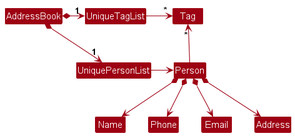
Earlier version of the PlantUML export docs/images/BetterModelClassDiagram.png (nus-cs2103-AY2324S2/tp).
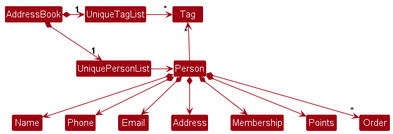
After the commit.

Commit message:
Add diagrams for ModelClassDiagrams

Change to the diagram source:
```diff
@@ -18,4 +18,7 @@
 Person *--> Phone
 Person *--> Email
 Person *--> Address
+Person *--> Membership
+Person *--> Points
+Person *--> "*" Order
 @enduml
```
